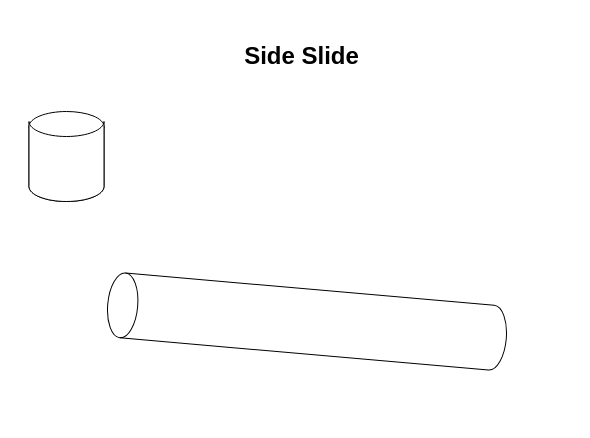
DrBiffness/pachinko-lift keeps this draw.io diagram as page "Side Slide" (2 of 2) of ballLift.drawio. Above is the earlier version. Source tidied: cells renumbered, new cells numbered last; positions are measured from the earlier drawing's top-left corner, leaving out a move shared by most shapes. Both pictures are drawn from the tidied source at 100%, with x=0, y=0 at pixel (29, 21).
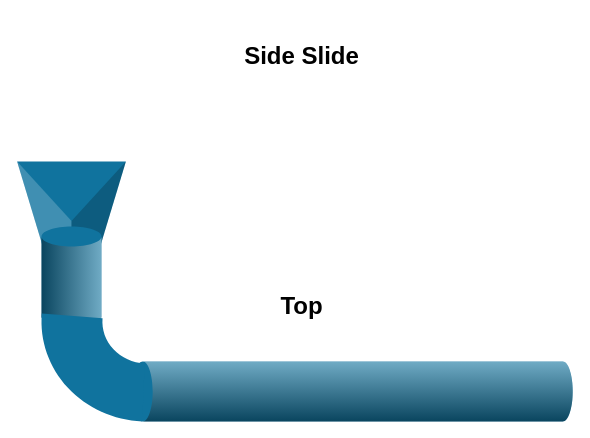
Above is the later version.

Commit message:
Update side slide

Diff of the diagram source:
```diff
@@
 <mxGraphModel>
   <root>
     <mxCell id="0" />
     <mxCell id="1" parent="0" />
-    <mxCell id="2" style="shape=cylinder3;whiteSpace=wrap;html=1;boundedLbl=1;backgroundOutline=1;size=15;" parent="1" vertex="1">
-      <mxGeometry x="-0.5" y="90" width="75" height="90" as="geometry" />
-    </mxCell>
+    <mxCell id="6" style="verticalLabelPosition=bottom;verticalAlign=top;html=1;shape=mxgraph.infographic.shadedTriangle;fillColor=#10739E;strokeColor=none;rotation=-180;flipH=1;" parent="1" vertex="1">
+      <mxGeometry x="-12.4" y="140" width="108.8" height="180" as="geometry" />
+    </mxCell>
     <mxCell id="3" value="Side Slide" style="text;strokeColor=none;fillColor=none;html=1;fontSize=24;fontStyle=1;verticalAlign=middle;align=center;shadow=1;" parent="1" vertex="1">
       <mxGeometry x="152" width="240" height="70" as="geometry" />
     </mxCell>
-    <mxCell id="4" style="shape=cylinder3;whiteSpace=wrap;html=1;boundedLbl=1;backgroundOutline=1;size=15;rotation=-85;" parent="1" vertex="1">
-      <mxGeometry x="245" y="100" width="65" height="400" as="geometry" />
-    </mxCell>
-    <mxCell id="5" style="shape=cylinder3;whiteSpace=wrap;html=1;boundedLbl=1;backgroundOutline=1;size=15;lid=0;" parent="1" vertex="1">
-      <mxGeometry x="-0.5" y="100" width="75" height="80" as="geometry" />
-    </mxCell>
+    <mxCell id="7" style="verticalLabelPosition=bottom;verticalAlign=top;html=1;shape=mxgraph.infographic.cylinder;fillColor=#10739E;strokeColor=none;rotation=-90;" parent="1" vertex="1">
+      <mxGeometry x="293.2" y="150" width="60" height="440" as="geometry" />
+    </mxCell>
+    <mxCell id="8" style="verticalLabelPosition=bottom;verticalAlign=top;html=1;shape=mxgraph.infographic.cylinder;fillColor=#10739E;strokeColor=none;" parent="1" vertex="1">
+      <mxGeometry x="12" y="205" width="60" height="100" as="geometry" />
+    </mxCell>
+    <mxCell id="9" style="verticalLabelPosition=bottom;verticalAlign=top;html=1;shape=mxgraph.basic.partConcEllipse;fillColor=#10739E;strokeColor=none;startAngle=0.506492516275344;endAngle=0.762705336833058;arcWidth=0.58;" parent="1" vertex="1">
+      <mxGeometry x="12" y="200" width="210" height="200" as="geometry" />
+    </mxCell>
+    <mxCell id="10" value="Top" style="text;strokeColor=none;fillColor=none;html=1;fontSize=24;fontStyle=1;verticalAlign=middle;align=center;" parent="1" vertex="1">
+      <mxGeometry x="222" y="265" width="100" height="40" as="geometry" />
+    </mxCell>
   </root>
 </mxGraphModel>
```
